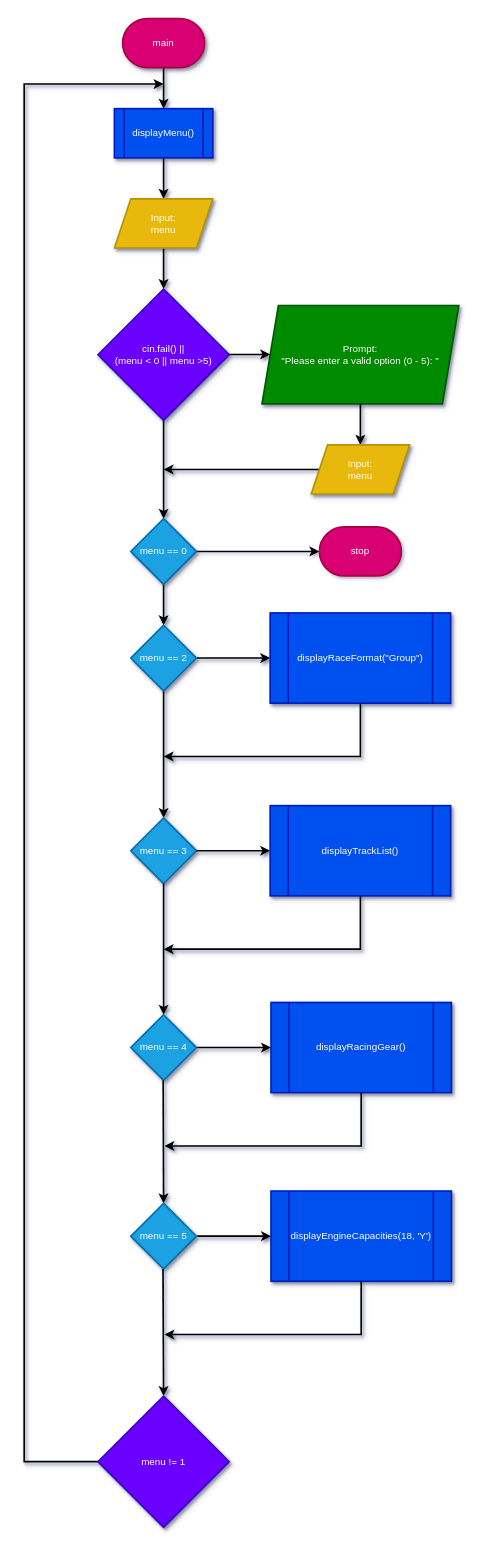
Before: Flowcharts (draw.io)/main.drawio in shahxvi/csc126-group-project, a draw.io diagram. Source tidied: cells renumbered, new cells numbered last; positions are measured from the earlier drawing's top-left corner, leaving out a move shared by most shapes. Both pictures are drawn from the tidied source at 82%, with x=0, y=0 at pixel (24, 18).
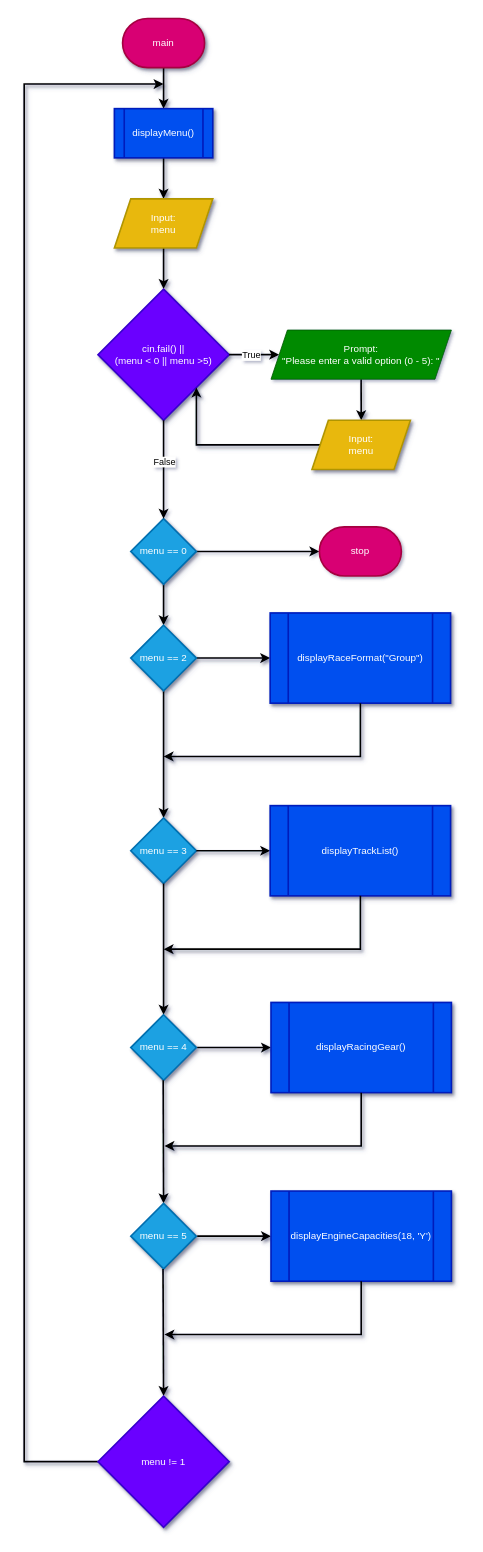
Above is the later version.

Unchanged cells that the change refers to:
```xml
<mxCell id="9" value="cin.fail() ||&lt;br&gt;(menu &amp;lt; 0 || menu &amp;gt;5)" style="rhombus;whiteSpace=wrap;html=1;fillColor=#6a00ff;strokeColor=#3700CC;strokeWidth=2;shadow=1;fontColor=#ffffff;" parent="1" vertex="1">
  <mxGeometry x="90" y="330" width="160" height="160" as="geometry" />
</mxCell>
<mxCell id="16" value="menu == 0" style="rhombus;whiteSpace=wrap;html=1;fillColor=#1ba1e2;strokeColor=#006EAF;strokeWidth=2;shadow=1;fontColor=#ffffff;" parent="1" vertex="1">
  <mxGeometry x="130" y="610" width="80" height="80" as="geometry" />
</mxCell>
```

What changed in the source:
```diff
@@
-    <mxCell id="8" style="edgeStyle=none;html=1;strokeWidth=2;shadow=1;" parent="1" edge="1" source="9" target="16">
-      <mxGeometry relative="1" as="geometry" />
-    </mxCell>
@@
-    <mxCell id="10" value="Prompt:&lt;br&gt;&quot;Please enter a valid option (0 - 5): &quot;" style="shape=parallelogram;perimeter=parallelogramPerimeter;whiteSpace=wrap;html=1;fixedSize=1;fillColor=#008a00;strokeColor=#005700;strokeWidth=2;shadow=1;fontColor=#ffffff;" parent="1" vertex="1">
-      <mxGeometry x="290" y="350" width="240" height="120" as="geometry" />
-    </mxCell>
-    <mxCell id="11" style="edgeStyle=none;html=1;strokeWidth=2;shadow=1;" parent="1" edge="1">
-      <mxGeometry relative="1" as="geometry">
-        <mxPoint x="250" y="409.8" as="sourcePoint" />
-        <mxPoint x="300" y="409.8" as="targetPoint" />
-      </mxGeometry>
-    </mxCell>
-    <mxCell id="12" style="edgeStyle=none;html=1;strokeWidth=2;shadow=1;" parent="1" edge="1">
+    <mxCell id="12" style="edgeStyle=none;html=1;strokeWidth=2;shadow=1;entryX=0.5;entryY=0;entryDx=0;entryDy=0;" parent="1" edge="1" target="40">
       <mxGeometry relative="1" as="geometry">
-        <mxPoint x="410" y="470" as="sourcePoint" />
-        <mxPoint x="410" y="520" as="targetPoint" />
+        <mxPoint x="410.9" y="440" as="sourcePoint" />
       </mxGeometry>
     </mxCell>
-    <mxCell id="13" style="edgeStyle=none;html=1;strokeWidth=2;shadow=1;exitX=0;exitY=0.5;exitDx=0;exitDy=0;" parent="1" edge="1" source="40">
+    <mxCell id="13" style="edgeStyle=none;html=1;strokeWidth=2;shadow=1;exitX=0;exitY=0.5;exitDx=0;exitDy=0;entryX=1;entryY=1;entryDx=0;entryDy=0;rounded=0;curved=0;" parent="1" edge="1" source="40" target="9">
       <mxGeometry relative="1" as="geometry">
-        <mxPoint x="170" y="550" as="targetPoint" />
+        <Array as="points">
+          <mxPoint x="210" y="520" />
+        </Array>
       </mxGeometry>
     </mxCell>
@@
     <mxCell id="40" value="Input:&lt;br&gt;menu" style="shape=parallelogram;perimeter=parallelogramPerimeter;whiteSpace=wrap;html=1;fixedSize=1;fillColor=#E8B810;strokeColor=#B09500;strokeWidth=2;shadow=1;fontColor=#FFFFFF;gradientColor=none;" parent="1" vertex="1">
-      <mxGeometry x="350" y="520" width="120" height="60" as="geometry" />
+      <mxGeometry x="351" y="490" width="120" height="60" as="geometry" />
     </mxCell>
+    <mxCell id="41" style="endArrow=classic;html=1;exitX=1;exitY=0.5;exitDx=0;exitDy=0;strokeWidth=2;entryX=0;entryY=0.5;entryDx=0;entryDy=0;" parent="1" edge="1" source="9" target="10">
+      <mxGeometry relative="1" as="geometry" />
+    </mxCell>
+    <mxCell id="42" value="True" style="edgeLabel;html=1;align=center;verticalAlign=middle;" parent="41" vertex="1">
+      <mxGeometry relative="1" as="geometry">
+        <mxPoint x="-5" as="offset" />
+      </mxGeometry>
+    </mxCell>
+    <mxCell id="8" style="endArrow=classic;html=1;exitX=0.5;exitY=1;exitDx=0;exitDy=0;entryX=0.5;entryY=0;entryDx=0;entryDy=0;strokeWidth=2;" parent="1" edge="1" source="9" target="16">
+      <mxGeometry relative="1" as="geometry" />
+    </mxCell>
+    <mxCell id="43" value="False" style="edgeLabel;html=1;align=center;verticalAlign=middle;" parent="8" vertex="1">
+      <mxGeometry relative="1" as="geometry">
+        <mxPoint y="-10" as="offset" />
+      </mxGeometry>
+    </mxCell>
+    <mxCell id="10" value="&lt;span style=&quot;color: rgb(255, 255, 255);&quot;&gt;Prompt:&lt;/span&gt;&lt;br&gt;&lt;span style=&quot;color: rgb(255, 255, 255);&quot;&gt;&quot;Please enter a valid option (0 - 5): &quot;&lt;/span&gt;" style="shape=parallelogram;perimeter=parallelogramPerimeter;whiteSpace=wrap;html=1;fixedSize=1;fillColor=#008a00;fontColor=#ffffff;strokeColor=#005700;" parent="1" vertex="1">
+      <mxGeometry x="301" y="380" width="220" height="60" as="geometry" />
+    </mxCell>
```
